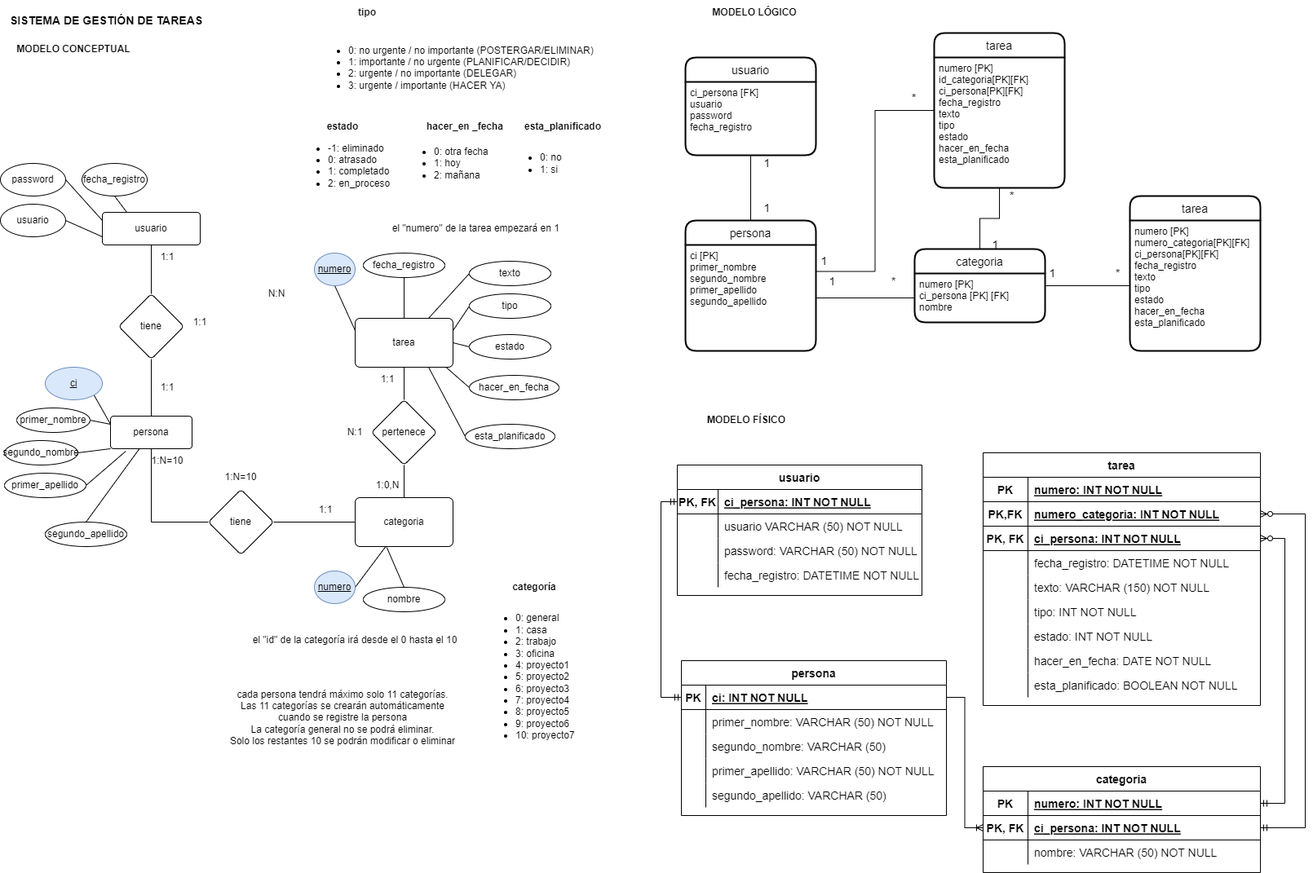
The draw.io diagram modelo_logico_y_fisico.png in German-G-M/gestion_de_tareas, before a commit. Source tidied: cells renumbered, new cells last; positions are measured from the earlier drawing's top-left corner, leaving out a move shared by most shapes.
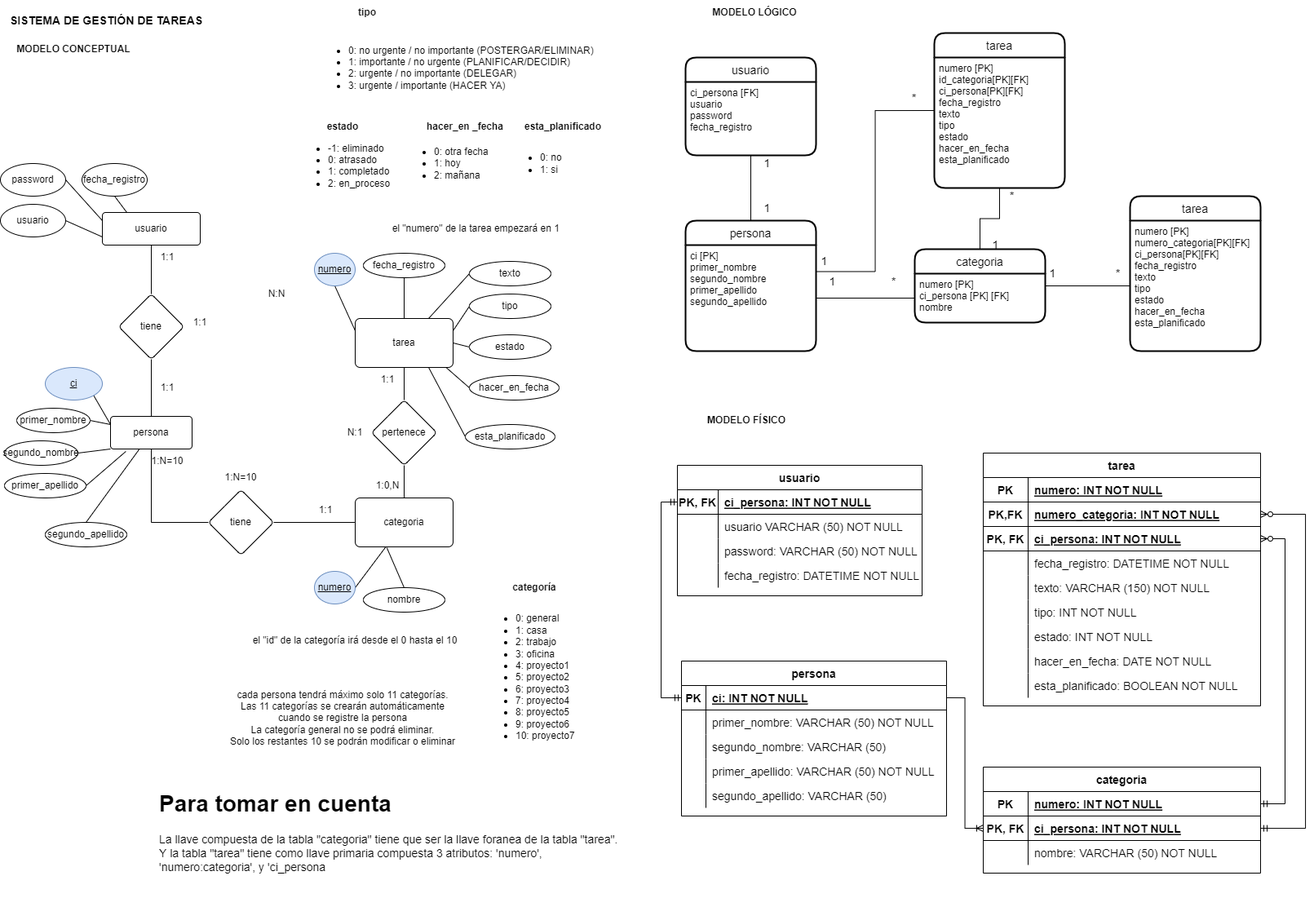
Later version of the same file.

Diff of the diagram source:
```diff
@@ -530,5 +530,8 @@
         </Array>
       </mxGeometry>
     </mxCell>
+    <mxCell id="172" value="&lt;h1&gt;Para tomar en cuenta&lt;/h1&gt;&lt;div&gt;La llave compuesta de la tabla &quot;categoria&quot; tiene que ser la llave foranea de la tabla &quot;tarea&quot;.&lt;/div&gt;&lt;div&gt;Y la tabla &quot;tarea&quot; tiene como llave primaria compuesta 3 atributos: 'numero', 'numero:categoria', y 'ci_persona&lt;/div&gt;" style="text;html=1;strokeColor=none;fillColor=none;spacing=5;spacingTop=-20;whiteSpace=wrap;overflow=hidden;rounded=0;fontSize=14;" parent="1" vertex="1">
+      <mxGeometry x="190" y="960" width="580" height="140" as="geometry" />
+    </mxCell>
   </root>
 </mxGraphModel>
```
